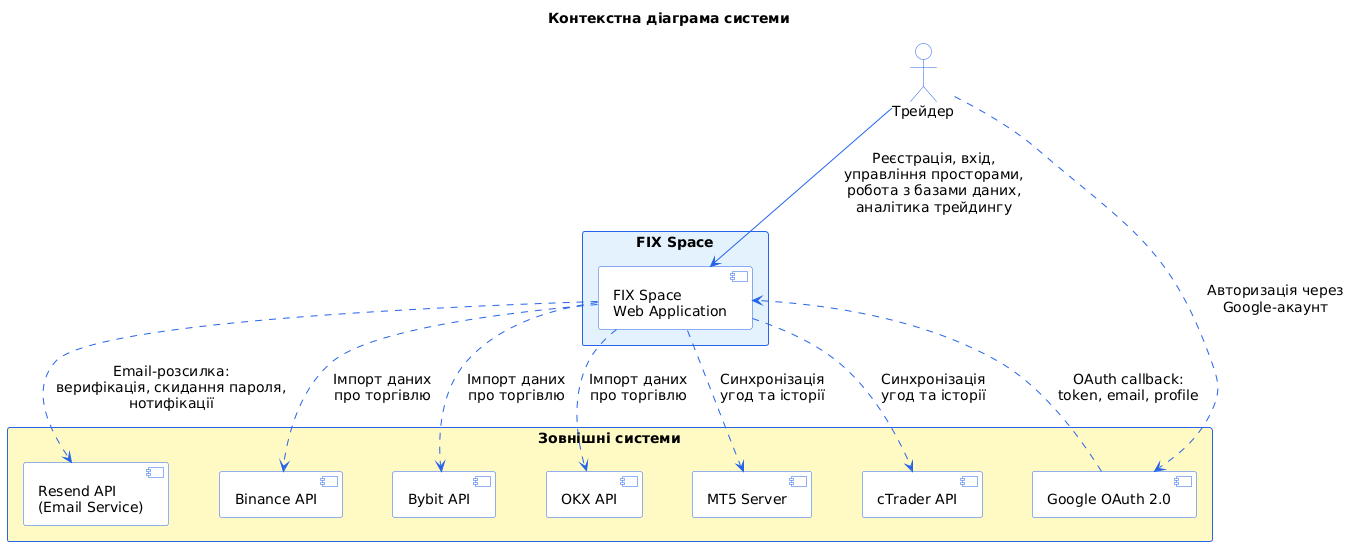
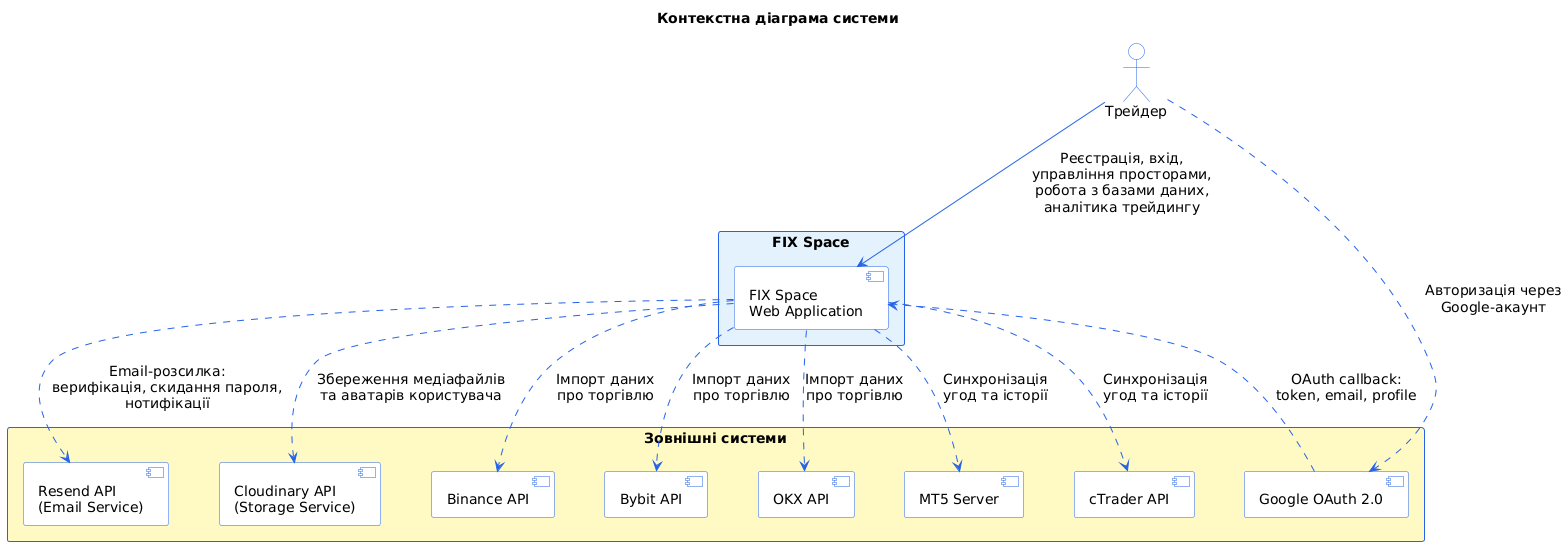
@startuml System_Context

skinparam backgroundColor #FFFFFF
skinparam shadowing false
skinparam packageStyle rectangle
skinparam defaultFontName "DejaVu Sans"
skinparam defaultFontSize 14
skinparam nodesep 50
skinparam ranksep 60

skinparam actorBackgroundColor #FFFFFF
skinparam actorBorderColor #2563eb
skinparam actorArrowColor #2563eb
skinparam componentBackgroundColor #FFFFFF
skinparam componentBorderColor #2563eb
skinparam componentArrowColor #2563eb
skinparam rectangleBackgroundColor #FFFFFF
skinparam rectangleBorderColor #2563eb

title Контекстна діаграма системи

actor "Трейдер" as User

rectangle "FIX Space" as System_Box #E3F2FD {
  component "FIX Space\nWeb Application" as System
}

rectangle "Зовнішні системи" as External_Box #FFF9C4 {
  component "Google OAuth 2.0" as Google
  component "Resend API\n(Email Service)" as Resend
+   component "Cloudinary API\n(Storage Service)" as Cloudinary
  component "Binance API" as Binance
  component "Bybit API" as Bybit
  component "OKX API" as OKX
  component "MT5 Server" as MT5
  component "cTrader API" as cTrader
}

User --> System : Реєстрація, вхід,\nуправління просторами,\nробота з базами даних,\nаналітика трейдингу

User ..> Google : Авторизація через\nGoogle-акаунт

Google ..> System : OAuth callback:\ntoken, email, profile

System ..> Resend : Email-розсилка:\nверифікація, скидання пароля,\nнотифікації

+ System ..> Cloudinary : Збереження медіафайлів\nта аватарів користувача
+ 
System ..> Binance : Імпорт даних\nпро торгівлю
System ..> Bybit : Імпорт даних\nпро торгівлю
System ..> OKX : Імпорт даних\nпро торгівлю
System ..> MT5 : Синхронізація\nугод та історії
System ..> cTrader : Синхронізація\nугод та історії

@enduml
